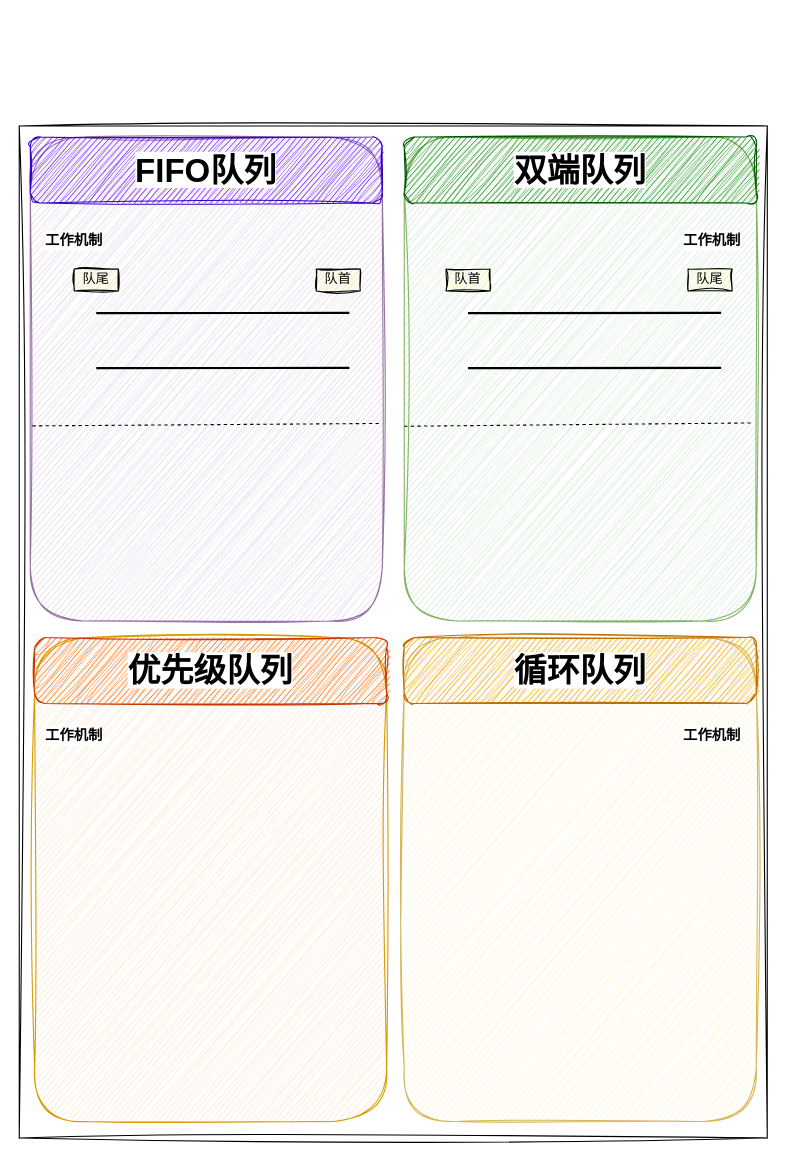
Rodert/javapub_oss keeps this draw.io diagram as image-text/4种常用队列.drawio. Above is the earlier version. Source tidied: cells renumbered, new cells numbered last; positions are measured from the earlier drawing's top-left corner, leaving out a move shared by most shapes. Both pictures are drawn from the tidied source at 110%, with x=0, y=0 at pixel (19, 125).
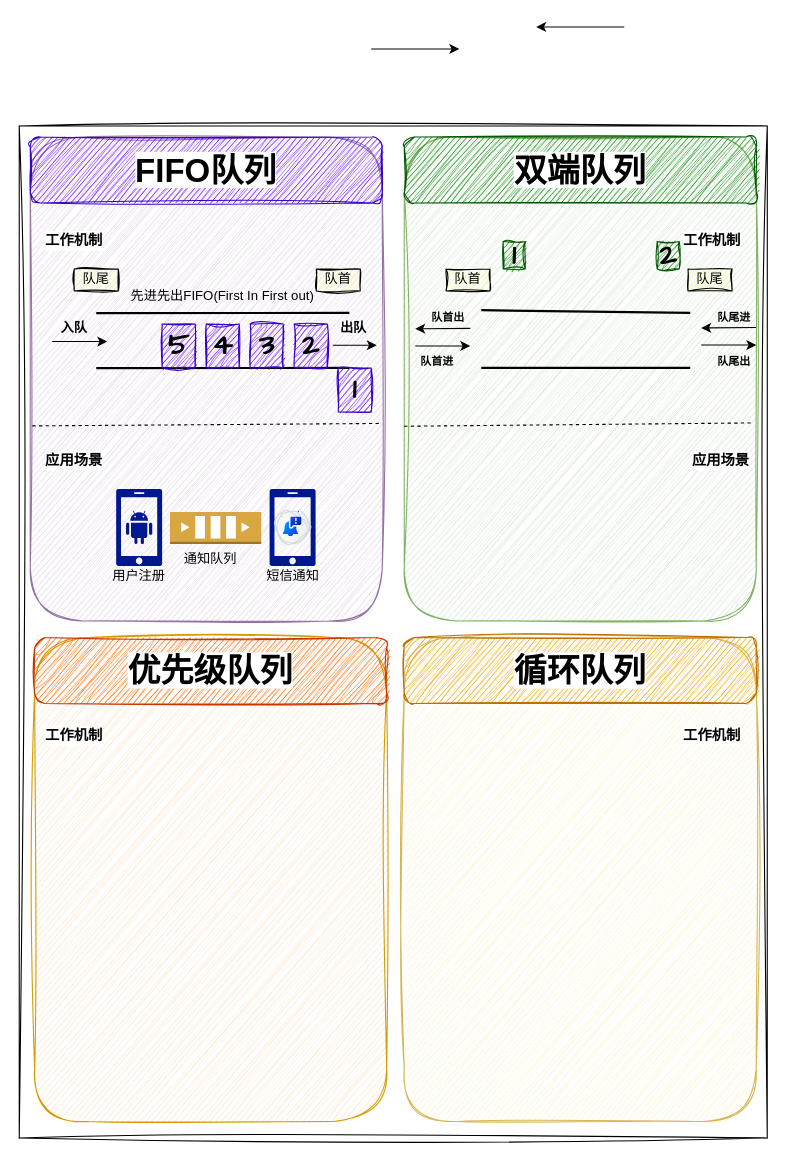
The same page after the edit.

Commit message (it also covers changes not shown here):
更新4种常用队列.drawio

The change refers to these unchanged cells:
```xml
<mxCell id="6" style="rounded=1;whiteSpace=wrap;html=1;sketch=1;hachureGap=4;jiggle=2;curveFitting=1;fontFamily=Architects Daughter;fillColor=#e1d5e7;strokeColor=#9673a6;" parent="1" vertex="1">
  <mxGeometry x="10" y="10" width="320" height="440" as="geometry" />
</mxCell>
```

The edit, as a diff of the source:
```diff
@@
-    <mxCell id="22" style="endArrow=none;dashed=1;html=1;rounded=0;hachureGap=4;fontFamily=Architects Daughter;entryX=0.991;entryY=0.592;entryDx=0;entryDy=0;entryPerimeter=0;exitX=0.006;exitY=0.597;exitDx=0;exitDy=0;exitPerimeter=0;flowAnimation=1;" parent="1" edge="1" source="6" target="6">
+    <mxCell id="22" style="endArrow=none;dashed=1;html=1;rounded=0;hachureGap=4;fontFamily=Architects Daughter;entryX=0.991;entryY=0.592;entryDx=0;entryDy=0;entryPerimeter=0;exitX=0.006;exitY=0.597;exitDx=0;exitDy=0;exitPerimeter=0;flowAnimation=0;" parent="1" edge="1" source="6" target="6">
       <mxGeometry relative="1" as="geometry" />
     </mxCell>
-    <mxCell id="23" style="endArrow=none;html=1;rounded=0;hachureGap=4;fontFamily=Architects Daughter;entryX=0.844;entryY=0.318;entryDx=0;entryDy=0;entryPerimeter=0;flowAnimation=0;strokeWidth=2;" parent="1" edge="1">
+    <mxCell id="23" style="endArrow=none;html=1;rounded=0;hachureGap=4;fontFamily=Architects Daughter;flowAnimation=0;strokeWidth=2;exitX=1;exitY=0.25;exitDx=0;exitDy=0;" parent="1" edge="1" source="44">
       <mxGeometry relative="1" as="geometry">
-        <mxPoint x="408" y="170.1" as="sourcePoint" />
-        <mxPoint x="638.1" y="170" as="targetPoint" />
+        <mxPoint x="610" y="170" as="targetPoint" />
       </mxGeometry>
     </mxCell>
-    <mxCell id="24" style="endArrow=none;html=1;rounded=0;hachureGap=4;fontFamily=Architects Daughter;entryX=0.844;entryY=0.318;entryDx=0;entryDy=0;entryPerimeter=0;flowAnimation=0;strokeWidth=2;" parent="1" edge="1">
+    <mxCell id="24" style="endArrow=none;html=1;rounded=0;hachureGap=4;fontFamily=Architects Daughter;flowAnimation=0;strokeWidth=2;" parent="1" edge="1">
       <mxGeometry relative="1" as="geometry">
-        <mxPoint x="408" y="220.1" as="sourcePoint" />
-        <mxPoint x="638.1" y="220" as="targetPoint" />
+        <mxPoint x="420" y="220" as="sourcePoint" />
+        <mxPoint x="610" y="220" as="targetPoint" />
       </mxGeometry>
     </mxCell>
@@
-    <mxCell id="27" style="endArrow=none;dashed=1;html=1;rounded=0;hachureGap=4;fontFamily=Architects Daughter;entryX=0.991;entryY=0.592;entryDx=0;entryDy=0;entryPerimeter=0;exitX=0.006;exitY=0.597;exitDx=0;exitDy=0;exitPerimeter=0;flowAnimation=1;" parent="1" edge="1">
+    <mxCell id="27" style="endArrow=none;dashed=1;html=1;rounded=0;hachureGap=4;fontFamily=Architects Daughter;entryX=0.991;entryY=0.592;entryDx=0;entryDy=0;entryPerimeter=0;exitX=0.006;exitY=0.597;exitDx=0;exitDy=0;exitPerimeter=0;flowAnimation=0;" parent="1" edge="1">
       <mxGeometry relative="1" as="geometry">
         <mxPoint x="350" y="273" as="sourcePoint" />
         <mxPoint x="665" y="270" as="targetPoint" />
       </mxGeometry>
     </mxCell>
+    <mxCell id="28" value="&lt;b&gt;&lt;font color=&quot;#000000&quot; style=&quot;font-size: 27px;&quot;&gt;1&lt;/font&gt;&lt;/b&gt;" style="rounded=0;whiteSpace=wrap;html=1;hachureGap=4;fontFamily=Architects Daughter;fillColor=#6a00ff;fontColor=#ffffff;strokeColor=#3700CC;sketch=1;curveFitting=1;jiggle=2;" parent="1" vertex="1">
+      <mxGeometry x="290" y="220" width="30" height="40" as="geometry" />
+    </mxCell>
+    <mxCell id="29" value="&lt;b&gt;&lt;font color=&quot;#000000&quot; style=&quot;font-size: 27px;&quot;&gt;2&lt;/font&gt;&lt;/b&gt;" style="rounded=0;whiteSpace=wrap;html=1;hachureGap=4;fontFamily=Architects Daughter;fillColor=#6a00ff;fontColor=#ffffff;strokeColor=#3700CC;sketch=1;curveFitting=1;jiggle=2;" parent="1" vertex="1">
+      <mxGeometry x="250" y="180" width="30" height="40" as="geometry" />
+    </mxCell>
+    <mxCell id="30" value="&lt;b&gt;&lt;font color=&quot;#000000&quot; style=&quot;font-size: 27px;&quot;&gt;3&lt;/font&gt;&lt;/b&gt;" style="rounded=0;whiteSpace=wrap;html=1;hachureGap=4;fontFamily=Architects Daughter;fillColor=#6a00ff;fontColor=#ffffff;strokeColor=#3700CC;sketch=1;curveFitting=1;jiggle=2;" parent="1" vertex="1">
+      <mxGeometry x="210" y="180" width="30" height="40" as="geometry" />
+    </mxCell>
+    <mxCell id="31" value="&lt;b&gt;&lt;font color=&quot;#000000&quot; style=&quot;font-size: 27px;&quot;&gt;4&lt;/font&gt;&lt;/b&gt;" style="rounded=0;whiteSpace=wrap;html=1;hachureGap=4;fontFamily=Architects Daughter;fillColor=#6a00ff;fontColor=#ffffff;strokeColor=#3700CC;sketch=1;curveFitting=1;jiggle=2;" parent="1" vertex="1">
+      <mxGeometry x="170" y="180" width="30" height="40" as="geometry" />
+    </mxCell>
+    <mxCell id="32" value="&lt;b&gt;&lt;font color=&quot;#000000&quot; style=&quot;font-size: 27px;&quot;&gt;5&lt;/font&gt;&lt;/b&gt;" style="rounded=0;whiteSpace=wrap;html=1;hachureGap=4;fontFamily=Architects Daughter;fillColor=#6a00ff;fontColor=#ffffff;strokeColor=#3700CC;sketch=1;curveFitting=1;jiggle=2;" parent="1" vertex="1">
+      <mxGeometry x="130" y="180" width="30" height="40" as="geometry" />
+    </mxCell>
+    <mxCell id="33" value="&lt;font face=&quot;Helvetica&quot;&gt;先进先出FIFO(First In First out)&lt;/font&gt;" style="text;html=1;align=center;verticalAlign=middle;whiteSpace=wrap;rounded=0;fontFamily=Architects Daughter;" parent="1" vertex="1">
+      <mxGeometry x="80" y="140" width="210" height="30" as="geometry" />
+    </mxCell>
+    <mxCell id="34" style="endArrow=classic;html=1;rounded=0;hachureGap=4;fontFamily=Architects Daughter;flowAnimation=1;" parent="1" edge="1">
+      <mxGeometry relative="1" as="geometry">
+        <mxPoint x="30" y="196" as="sourcePoint" />
+        <mxPoint x="80" y="196" as="targetPoint" />
+      </mxGeometry>
+    </mxCell>
+    <mxCell id="35" style="endArrow=classic;html=1;rounded=0;hachureGap=4;fontFamily=Architects Daughter;flowAnimation=1;" parent="1" edge="1">
+      <mxGeometry relative="1" as="geometry">
+        <mxPoint x="285" y="199.4" as="sourcePoint" />
+        <mxPoint x="325" y="199.4" as="targetPoint" />
+      </mxGeometry>
+    </mxCell>
+    <mxCell id="36" value="&lt;b&gt;入队&lt;/b&gt;" style="text;html=1;align=center;verticalAlign=middle;whiteSpace=wrap;rounded=0;fontFamily=Architects Daughter;" parent="1" vertex="1">
+      <mxGeometry x="20" y="170" width="60" height="30" as="geometry" />
+    </mxCell>
+    <mxCell id="37" value="&lt;b&gt;出队&lt;/b&gt;" style="text;html=1;align=center;verticalAlign=middle;whiteSpace=wrap;rounded=0;fontFamily=Architects Daughter;" parent="1" vertex="1">
+      <mxGeometry x="274" y="170" width="60" height="30" as="geometry" />
+    </mxCell>
+    <mxCell id="38" style="endArrow=classic;html=1;rounded=0;hachureGap=4;fontFamily=Architects Daughter;flowAnimation=1;" parent="1" edge="1">
+      <mxGeometry relative="1" as="geometry">
+        <mxPoint x="410" y="184" as="sourcePoint" />
+        <mxPoint x="360" y="184.4" as="targetPoint" />
+      </mxGeometry>
+    </mxCell>
+    <mxCell id="39" style="endArrow=classic;html=1;rounded=0;hachureGap=4;fontFamily=Architects Daughter;flowAnimation=1;" parent="1" edge="1">
+      <mxGeometry relative="1" as="geometry">
+        <mxPoint x="320" y="-70" as="sourcePoint" />
+        <mxPoint x="400" y="-70" as="targetPoint" />
+      </mxGeometry>
+    </mxCell>
+    <mxCell id="40" style="endArrow=classic;html=1;rounded=0;hachureGap=4;fontFamily=Architects Daughter;flowAnimation=1;" parent="1" edge="1">
+      <mxGeometry relative="1" as="geometry">
+        <mxPoint x="360" y="200" as="sourcePoint" />
+        <mxPoint x="410" y="200" as="targetPoint" />
+      </mxGeometry>
+    </mxCell>
+    <mxCell id="41" style="endArrow=classic;html=1;rounded=0;hachureGap=4;fontFamily=Architects Daughter;flowAnimation=1;" parent="1" edge="1">
+      <mxGeometry relative="1" as="geometry">
+        <mxPoint x="550" y="-90" as="sourcePoint" />
+        <mxPoint x="470" y="-90" as="targetPoint" />
+      </mxGeometry>
+    </mxCell>
+    <mxCell id="42" style="endArrow=classic;html=1;rounded=0;hachureGap=4;fontFamily=Architects Daughter;flowAnimation=1;" parent="1" edge="1">
+      <mxGeometry relative="1" as="geometry">
+        <mxPoint x="670" y="183.2" as="sourcePoint" />
+        <mxPoint x="620" y="183.6" as="targetPoint" />
+      </mxGeometry>
+    </mxCell>
+    <mxCell id="43" style="endArrow=classic;html=1;rounded=0;hachureGap=4;fontFamily=Architects Daughter;flowAnimation=1;" parent="1" edge="1">
+      <mxGeometry relative="1" as="geometry">
+        <mxPoint x="620" y="199.2" as="sourcePoint" />
+        <mxPoint x="670" y="199.2" as="targetPoint" />
+      </mxGeometry>
+    </mxCell>
+    <mxCell id="44" value="&lt;b&gt;&lt;font style=&quot;font-size: 10px;&quot;&gt;队首出&lt;/font&gt;&lt;/b&gt;" style="text;html=1;align=center;verticalAlign=middle;whiteSpace=wrap;rounded=0;fontFamily=Architects Daughter;" parent="1" vertex="1">
+      <mxGeometry x="360" y="160" width="60" height="30" as="geometry" />
+    </mxCell>
+    <mxCell id="45" value="&lt;b&gt;&lt;font style=&quot;font-size: 10px;&quot;&gt;队首进&lt;/font&gt;&lt;/b&gt;" style="text;html=1;align=center;verticalAlign=middle;whiteSpace=wrap;rounded=0;fontFamily=Architects Daughter;" parent="1" vertex="1">
+      <mxGeometry x="350" y="200" width="60" height="30" as="geometry" />
+    </mxCell>
+    <mxCell id="46" value="&lt;b&gt;&lt;font style=&quot;font-size: 10px;&quot;&gt;队尾进&lt;/font&gt;&lt;/b&gt;" style="text;html=1;align=center;verticalAlign=middle;whiteSpace=wrap;rounded=0;fontFamily=Architects Daughter;" parent="1" vertex="1">
+      <mxGeometry x="620" y="160" width="60" height="30" as="geometry" />
+    </mxCell>
+    <mxCell id="47" value="&lt;b&gt;&lt;font style=&quot;font-size: 10px;&quot;&gt;队尾出&lt;/font&gt;&lt;/b&gt;" style="text;html=1;align=center;verticalAlign=middle;whiteSpace=wrap;rounded=0;fontFamily=Architects Daughter;" parent="1" vertex="1">
+      <mxGeometry x="620" y="200" width="60" height="30" as="geometry" />
+    </mxCell>
+    <mxCell id="48" value="&lt;b&gt;&lt;font color=&quot;#000000&quot; style=&quot;font-size: 27px;&quot;&gt;1&lt;/font&gt;&lt;/b&gt;" style="rounded=0;whiteSpace=wrap;html=1;hachureGap=4;fontFamily=Architects Daughter;fillColor=#008a00;fontColor=#ffffff;strokeColor=#005700;sketch=1;curveFitting=1;jiggle=2;" parent="1" vertex="1">
+      <mxGeometry x="440" y="105" width="20" height="25" as="geometry" />
+    </mxCell>
+    <mxCell id="49" value="&lt;b&gt;&lt;font color=&quot;#000000&quot; style=&quot;font-size: 27px;&quot;&gt;2&lt;/font&gt;&lt;/b&gt;" style="rounded=0;whiteSpace=wrap;html=1;hachureGap=4;fontFamily=Architects Daughter;fillColor=#008a00;fontColor=#ffffff;strokeColor=#005700;sketch=1;curveFitting=1;jiggle=2;" parent="1" vertex="1">
+      <mxGeometry x="580" y="105" width="20" height="25" as="geometry" />
+    </mxCell>
+    <mxCell id="50" value="&lt;b style=&quot;&quot;&gt;&lt;font style=&quot;font-size: 13px; background-color: rgb(255, 255, 255);&quot;&gt;应用场景&lt;/font&gt;&lt;/b&gt;" style="text;html=1;align=center;verticalAlign=middle;whiteSpace=wrap;rounded=0;fontFamily=Architects Daughter;" parent="1" vertex="1">
+      <mxGeometry x="20" y="290" width="60" height="30" as="geometry" />
+    </mxCell>
+    <mxCell id="51" value="&lt;b style=&quot;&quot;&gt;&lt;font style=&quot;font-size: 13px; background-color: rgb(255, 255, 255);&quot;&gt;应用场景&lt;/font&gt;&lt;/b&gt;" style="text;html=1;align=center;verticalAlign=middle;whiteSpace=wrap;rounded=0;fontFamily=Architects Daughter;" parent="1" vertex="1">
+      <mxGeometry x="608" y="290" width="60" height="30" as="geometry" />
+    </mxCell>
+    <mxCell id="52" style="sketch=0;shadow=0;dashed=0;html=1;strokeColor=none;labelPosition=center;verticalLabelPosition=bottom;verticalAlign=top;align=center;fillColor=#00188D;shape=mxgraph.mscae.enterprise.android_phone;hachureGap=4;jiggle=2;curveFitting=1;fontFamily=Architects Daughter;" parent="1" vertex="1">
+      <mxGeometry x="88" y="330" width="42" height="70" as="geometry" />
+    </mxCell>
+    <mxCell id="53" style="dashed=0;verticalLabelPosition=bottom;verticalAlign=top;align=center;html=1;shape=mxgraph.aws3.queue;fillColor=#D9A741;gradientColor=none;hachureGap=4;fontFamily=Architects Daughter;" parent="1" vertex="1">
+      <mxGeometry x="137" y="351" width="83" height="29" as="geometry" />
+    </mxCell>
+    <mxCell id="54" style="sketch=0;shadow=0;dashed=0;html=1;strokeColor=none;labelPosition=center;verticalLabelPosition=bottom;verticalAlign=top;align=center;fillColor=#00188D;shape=mxgraph.mscae.enterprise.android_phone;hachureGap=4;jiggle=2;curveFitting=1;fontFamily=Architects Daughter;" parent="1" vertex="1">
+      <mxGeometry x="227.5" y="330" width="42" height="70" as="geometry" />
+    </mxCell>
+    <mxCell id="55" style="shape=mxgraph.sap.icon;labelPosition=center;verticalLabelPosition=bottom;align=center;verticalAlign=top;strokeWidth=1;strokeColor=#D5DADD;fillColor=#EDEFF0;gradientColor=#FCFCFC;gradientDirection=west;SAPIcon=SAP_Alert_Notification_service_for_SAP_BTP;sketch=1;hachureGap=4;jiggle=2;curveFitting=1;fontFamily=Architects Daughter;" parent="1" vertex="1">
+      <mxGeometry x="233.5" y="349.5" width="30" height="30" as="geometry" />
+    </mxCell>
+    <mxCell id="56" value="通知队列" style="text;html=1;align=center;verticalAlign=middle;whiteSpace=wrap;rounded=0;fontFamily=Architects Daughter;" parent="1" vertex="1">
+      <mxGeometry x="144" y="380" width="60" height="30" as="geometry" />
+    </mxCell>
+    <mxCell id="57" value="用户注册" style="text;html=1;align=center;verticalAlign=middle;whiteSpace=wrap;rounded=0;fontFamily=Architects Daughter;" parent="1" vertex="1">
+      <mxGeometry x="81" y="400" width="56" height="20" as="geometry" />
+    </mxCell>
+    <mxCell id="58" value="短信通知" style="text;html=1;align=center;verticalAlign=middle;whiteSpace=wrap;rounded=0;fontFamily=Architects Daughter;" parent="1" vertex="1">
+      <mxGeometry x="220.5" y="400" width="56" height="20" as="geometry" />
+    </mxCell>
```
